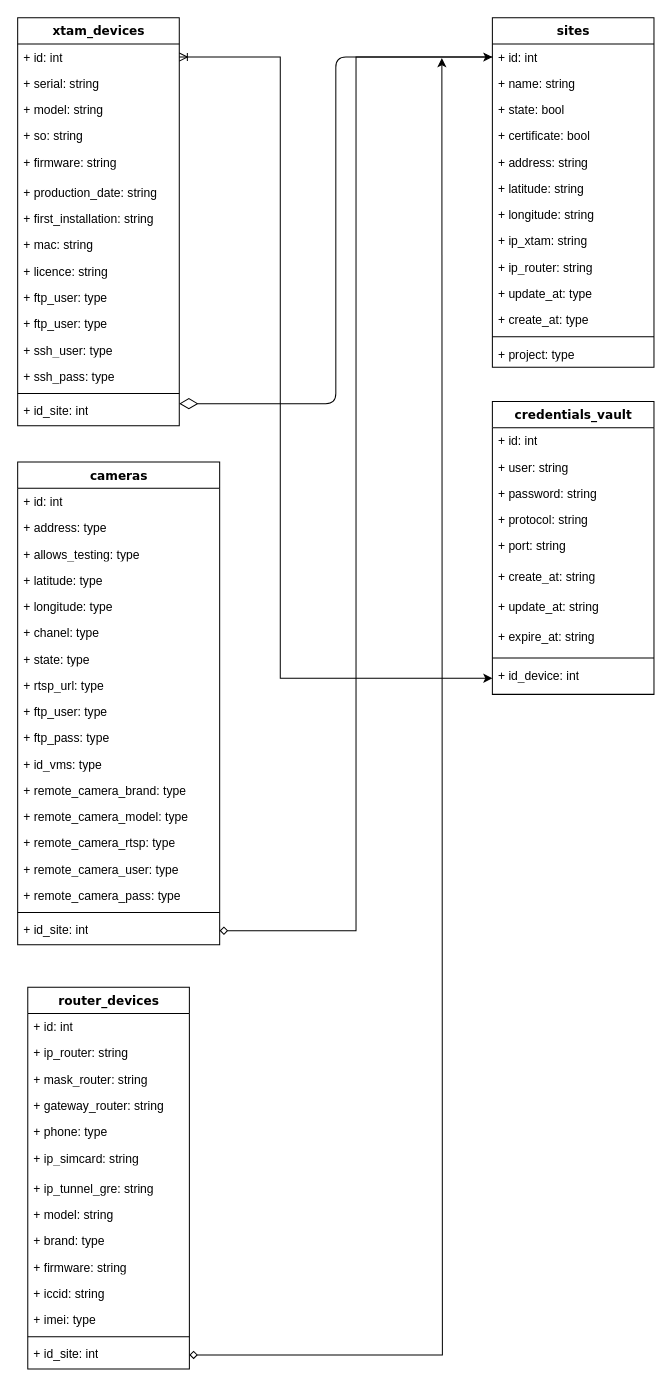
FelipeHurtado/BPMN_EXPERIMIENTO keeps this draw.io diagram as Diagrama sin título.drawio. Above is the earlier version. Source tidied: cells renumbered, new cells numbered last; positions are measured from the earlier drawing's top-left corner, leaving out a move shared by most shapes. Both pictures are drawn from the tidied source at 101%, with x=0, y=0 at pixel (17, 17).
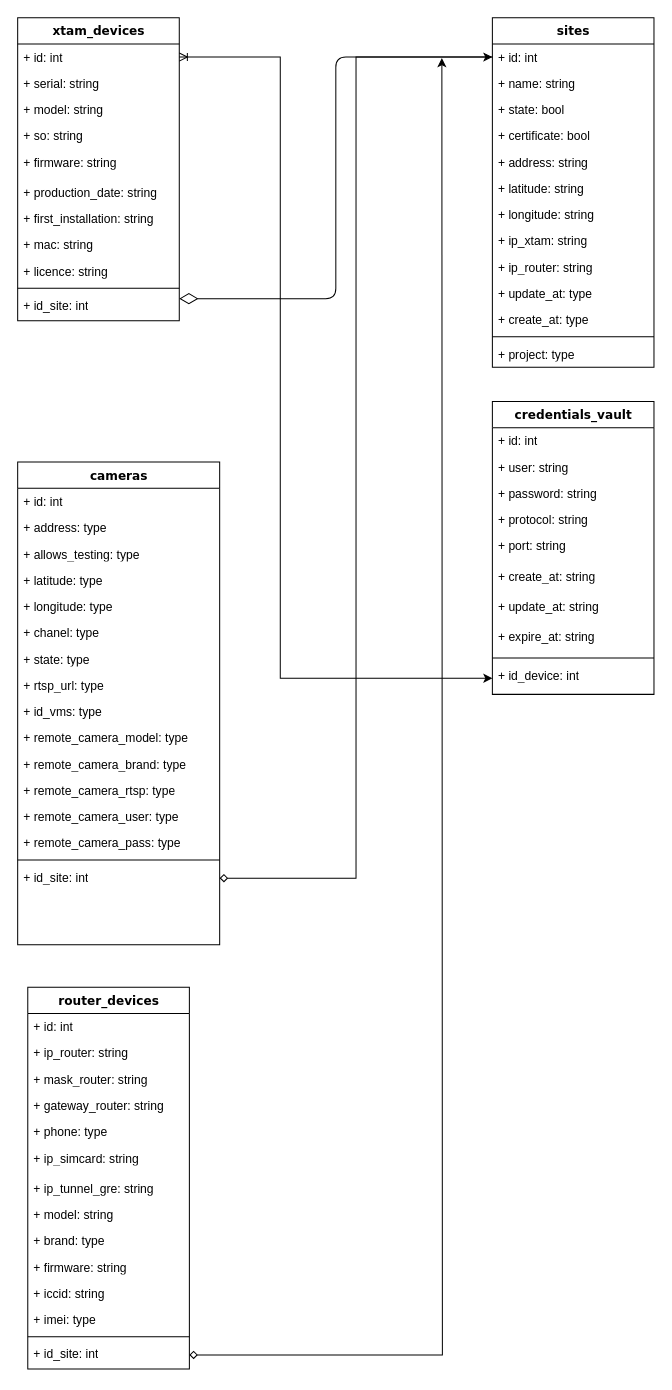
After the change.

Unchanged cells that the change refers to:
```xml
<mxCell id="32" value="cameras" style="swimlane;html=1;fontStyle=1;align=center;verticalAlign=top;horizontal=1;startSize=26;swimlaneFillColor=#ffffff;rounded=0;shadow=0;comic=0;labelBackgroundColor=none;strokeWidth=1;fillColor=none;fontFamily=Verdana;fontSize=12;" parent="1" vertex="1">
  <mxGeometry y="440" width="200" height="478" as="geometry" />
</mxCell>
```

What changed in the source:
```diff
@@
     <mxCell id="16" value="xtam_devices" style="swimlane;html=1;fontStyle=1;align=center;verticalAlign=top;horizontal=1;startSize=26;swimlaneFillColor=#ffffff;rounded=0;shadow=0;comic=0;labelBackgroundColor=none;strokeWidth=1;fillColor=none;fontFamily=Verdana;fontSize=12;" parent="1" vertex="1">
-      <mxGeometry width="160" height="404" as="geometry" />
+      <mxGeometry width="160" height="300" as="geometry" />
     </mxCell>
@@
-    <mxCell id="26" value="+ ftp_user: type" style="text;html=1;strokeColor=none;fillColor=none;align=left;verticalAlign=top;spacingLeft=4;spacingRight=4;whiteSpace=wrap;overflow=hidden;" parent="16" vertex="1">
-      <mxGeometry y="264" width="160" height="26" as="geometry" />
-    </mxCell>
-    <mxCell id="27" value="+ ftp_user: type" style="text;html=1;strokeColor=none;fillColor=none;align=left;verticalAlign=top;spacingLeft=4;spacingRight=4;whiteSpace=wrap;overflow=hidden;" parent="16" vertex="1">
-      <mxGeometry y="290" width="160" height="26" as="geometry" />
-    </mxCell>
-    <mxCell id="28" value="+ ssh_user: type" style="text;html=1;strokeColor=none;fillColor=none;align=left;verticalAlign=top;spacingLeft=4;spacingRight=4;whiteSpace=wrap;overflow=hidden;" parent="16" vertex="1">
-      <mxGeometry y="316" width="160" height="26" as="geometry" />
-    </mxCell>
-    <mxCell id="29" value="+ ssh_pass: type" style="text;html=1;strokeColor=none;fillColor=none;align=left;verticalAlign=top;spacingLeft=4;spacingRight=4;whiteSpace=wrap;overflow=hidden;" parent="16" vertex="1">
-      <mxGeometry y="342" width="160" height="26" as="geometry" />
-    </mxCell>
     <mxCell id="30" style="line;html=1;strokeWidth=1;fillColor=none;align=left;verticalAlign=middle;spacingTop=-1;spacingLeft=3;spacingRight=3;labelPosition=right;" parent="16" vertex="1">
-      <mxGeometry y="368" width="160" height="8" as="geometry" />
+      <mxGeometry y="264" width="160" height="8" as="geometry" />
     </mxCell>
     <mxCell id="31" value="+ id_site: int" style="text;html=1;strokeColor=none;fillColor=none;align=left;verticalAlign=top;spacingLeft=4;spacingRight=4;whiteSpace=wrap;overflow=hidden;points=[[0,0.5],[1,0.5]];portConstraint=eastwest;" parent="16" vertex="1">
-      <mxGeometry y="376" width="160" height="28" as="geometry" />
+      <mxGeometry y="272" width="160" height="28" as="geometry" />
     </mxCell>
@@
-    <mxCell id="41" value="+ ftp_user: type" style="text;html=1;strokeColor=none;fillColor=none;align=left;verticalAlign=top;spacingLeft=4;spacingRight=4;whiteSpace=wrap;overflow=hidden;" parent="32" vertex="1">
-      <mxGeometry y="234" width="200" height="26" as="geometry" />
-    </mxCell>
-    <mxCell id="42" value="+ ftp_pass: type" style="text;html=1;strokeColor=none;fillColor=none;align=left;verticalAlign=top;spacingLeft=4;spacingRight=4;whiteSpace=wrap;overflow=hidden;" parent="32" vertex="1">
-      <mxGeometry y="260" width="200" height="26" as="geometry" />
-    </mxCell>
     <mxCell id="43" value="+ id_vms: type" style="text;html=1;strokeColor=none;fillColor=none;align=left;verticalAlign=top;spacingLeft=4;spacingRight=4;whiteSpace=wrap;overflow=hidden;" parent="32" vertex="1">
-      <mxGeometry y="286" width="200" height="26" as="geometry" />
+      <mxGeometry y="234" width="200" height="26" as="geometry" />
     </mxCell>
+    <mxCell id="45" value="+ remote_camera_model: type" style="text;html=1;strokeColor=none;fillColor=none;align=left;verticalAlign=top;spacingLeft=4;spacingRight=4;whiteSpace=wrap;overflow=hidden;" parent="32" vertex="1">
+      <mxGeometry y="260" width="200" height="26" as="geometry" />
+    </mxCell>
     <mxCell id="44" value="+ remote_camera_brand: type" style="text;html=1;strokeColor=none;fillColor=none;align=left;verticalAlign=top;spacingLeft=4;spacingRight=4;whiteSpace=wrap;overflow=hidden;" parent="32" vertex="1">
-      <mxGeometry y="312" width="200" height="26" as="geometry" />
+      <mxGeometry y="286" width="200" height="26" as="geometry" />
     </mxCell>
-    <mxCell id="45" value="+ remote_camera_model: type" style="text;html=1;strokeColor=none;fillColor=none;align=left;verticalAlign=top;spacingLeft=4;spacingRight=4;whiteSpace=wrap;overflow=hidden;" parent="32" vertex="1">
-      <mxGeometry y="338" width="200" height="26" as="geometry" />
-    </mxCell>
     <mxCell id="46" value="+ remote_camera_rtsp: type" style="text;html=1;strokeColor=none;fillColor=none;align=left;verticalAlign=top;spacingLeft=4;spacingRight=4;whiteSpace=wrap;overflow=hidden;" parent="32" vertex="1">
-      <mxGeometry y="364" width="200" height="26" as="geometry" />
+      <mxGeometry y="312" width="200" height="26" as="geometry" />
     </mxCell>
     <mxCell id="47" value="+ remote_camera_user: type" style="text;html=1;strokeColor=none;fillColor=none;align=left;verticalAlign=top;spacingLeft=4;spacingRight=4;whiteSpace=wrap;overflow=hidden;" parent="32" vertex="1">
-      <mxGeometry y="390" width="200" height="26" as="geometry" />
+      <mxGeometry y="338" width="200" height="26" as="geometry" />
     </mxCell>
     <mxCell id="48" value="+ remote_camera_pass: type" style="text;html=1;strokeColor=none;fillColor=none;align=left;verticalAlign=top;spacingLeft=4;spacingRight=4;whiteSpace=wrap;overflow=hidden;" parent="32" vertex="1">
-      <mxGeometry y="416" width="200" height="26" as="geometry" />
+      <mxGeometry y="364" width="200" height="26" as="geometry" />
     </mxCell>
     <mxCell id="49" style="line;html=1;strokeWidth=1;fillColor=none;align=left;verticalAlign=middle;spacingTop=-1;spacingLeft=3;spacingRight=3;labelPosition=right;" parent="32" vertex="1">
-      <mxGeometry y="442" width="200" height="8" as="geometry" />
+      <mxGeometry y="390" width="200" height="8" as="geometry" />
     </mxCell>
     <mxCell id="50" value="+ id_site: int" style="text;html=1;strokeColor=none;fillColor=none;align=left;verticalAlign=top;spacingLeft=4;spacingRight=4;whiteSpace=wrap;overflow=hidden;points=[[0,0.5],[1,0.5]];portConstraint=eastwest;" parent="32" vertex="1">
-      <mxGeometry y="450" width="200" height="28" as="geometry" />
+      <mxGeometry y="398" width="200" height="28" as="geometry" />
     </mxCell>
```
